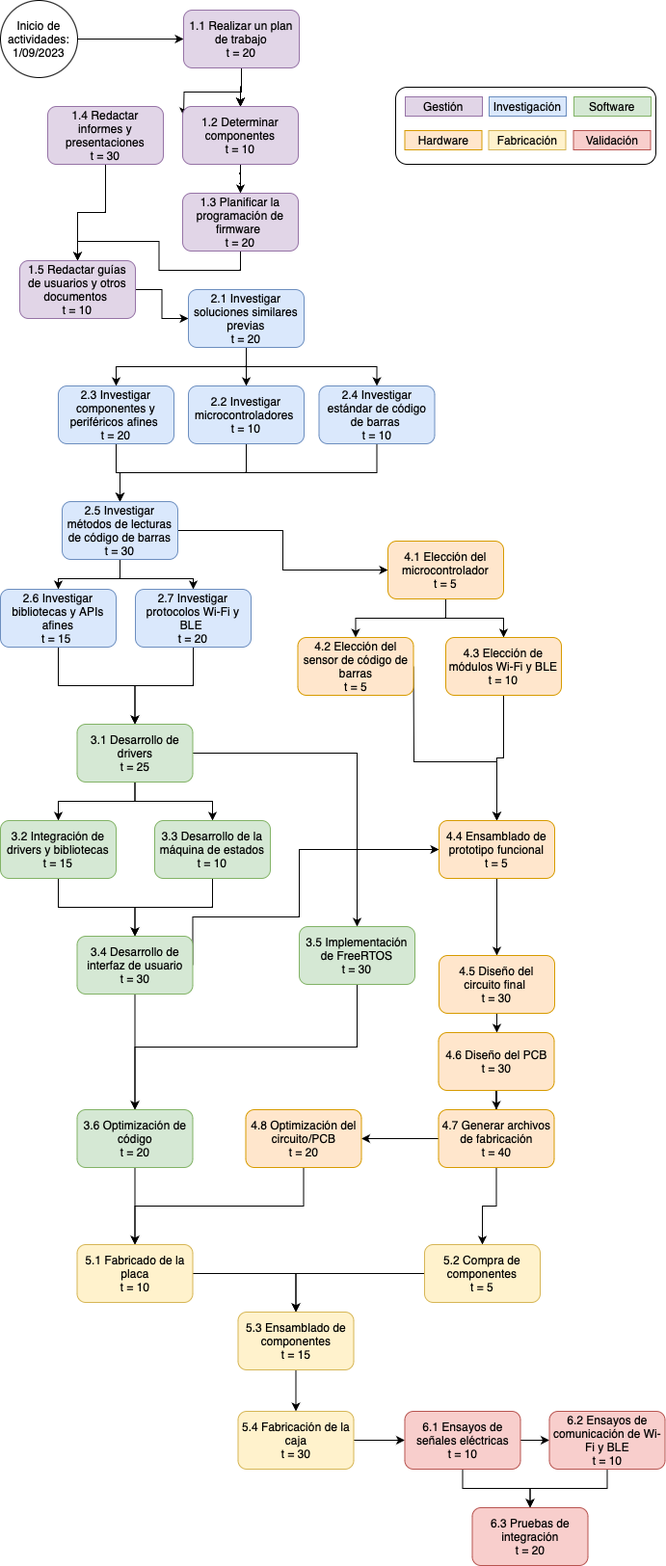
Before: Figuras/diagramaAoN.png, a diagram exported from draw.io (sbualo/GestionDeProjectos). Source tidied: cells renumbered, new cells last; positions are measured from the earlier drawing's top-left corner, leaving out a move shared by most shapes.
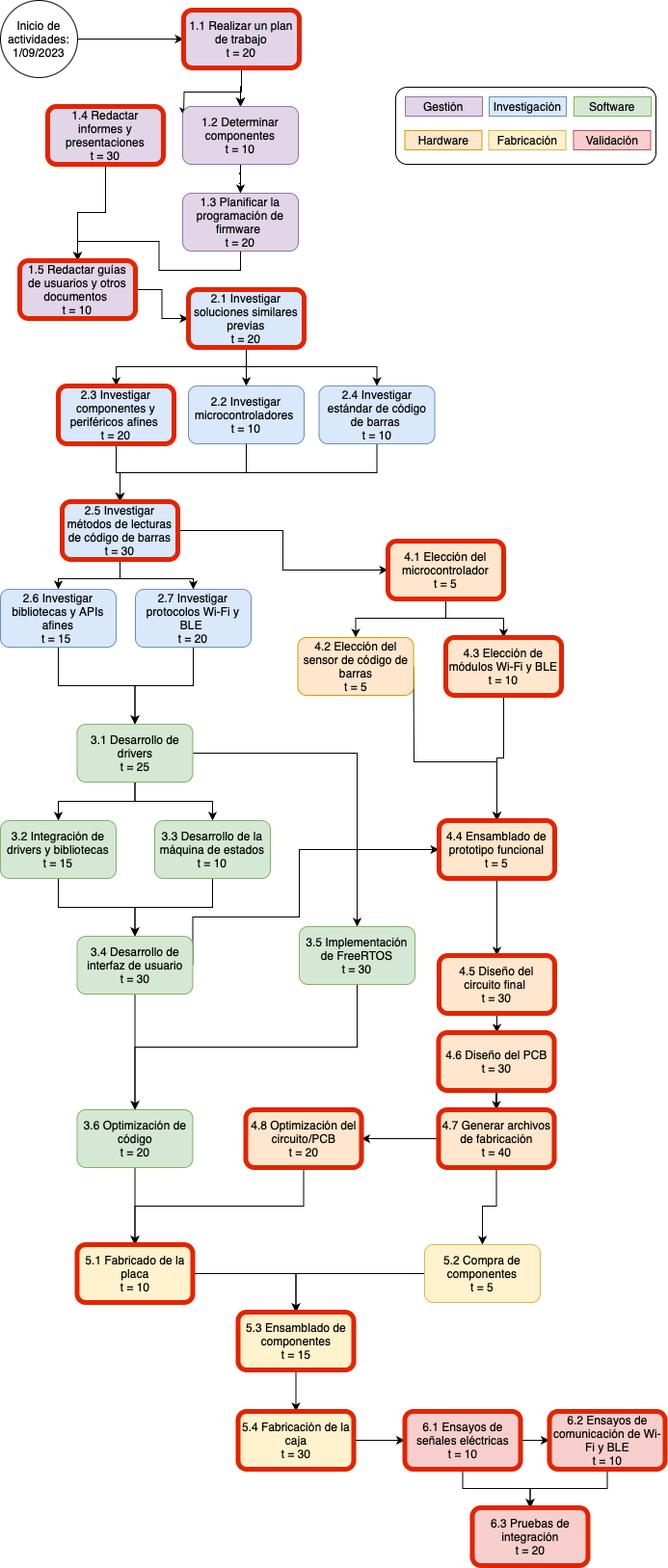
After the commit.

Diff of the diagram source:
```diff
@@ -43,7 +43,7 @@
         <mxPoint x="190" y="120" as="targetPoint" />
       </mxGeometry>
     </mxCell>
-    <mxCell id="15" value="1.1 Realizar un plan de trabajo&lt;br&gt;t = 20" style="rounded=1;whiteSpace=wrap;html=1;fillColor=#e1d5e7;strokeColor=#9673a6;" parent="1" vertex="1">
+    <mxCell id="15" value="1.1 Realizar un plan de trabajo&lt;br&gt;t = 20" style="rounded=1;whiteSpace=wrap;html=1;fillColor=#e1d5e7;strokeColor=#e32400;strokeWidth=5;" parent="1" vertex="1">
       <mxGeometry x="190" y="10" width="120" height="60" as="geometry" />
     </mxCell>
     <mxCell id="16" style="edgeStyle=orthogonalEdgeStyle;rounded=0;jettySize=auto;html=1;" parent="1" edge="1" source="17" target="21">
@@ -55,7 +55,7 @@
     <mxCell id="18" style="edgeStyle=orthogonalEdgeStyle;rounded=0;jettySize=auto;html=1;" parent="1" edge="1" source="19" target="23">
       <mxGeometry relative="1" as="geometry" />
     </mxCell>
-    <mxCell id="19" value="1.4 Redactar informes y presentaciones&lt;br&gt;t = 30" style="whiteSpace=wrap;html=1;fillColor=#e1d5e7;strokeColor=#9673a6;rounded=1;" parent="1" vertex="1">
+    <mxCell id="19" value="1.4 Redactar informes y presentaciones&lt;br&gt;t = 30" style="whiteSpace=wrap;html=1;fillColor=#e1d5e7;strokeColor=#E32400;rounded=1;strokeWidth=5;" parent="1" vertex="1">
       <mxGeometry x="49" y="110" width="120" height="60" as="geometry" />
     </mxCell>
     <mxCell id="20" style="edgeStyle=orthogonalEdgeStyle;rounded=0;jettySize=auto;html=1;exitX=0.5;exitY=1;exitDx=0;exitDy=0;entryX=0.5;entryY=0;entryDx=0;entryDy=0;" parent="1" edge="1" source="21" target="23">
@@ -67,7 +67,7 @@
     <mxCell id="22" style="edgeStyle=orthogonalEdgeStyle;rounded=0;jettySize=auto;html=1;" parent="1" edge="1" source="23" target="27">
       <mxGeometry relative="1" as="geometry" />
     </mxCell>
-    <mxCell id="23" value="1.5 Redactar guías de usuarios y otros documentos&amp;nbsp;&lt;br&gt;t = 10" style="whiteSpace=wrap;html=1;fillColor=#e1d5e7;strokeColor=#9673a6;rounded=1;" parent="1" vertex="1">
+    <mxCell id="23" value="1.5 Redactar guías de usuarios y otros documentos&amp;nbsp;&lt;br&gt;t = 10" style="whiteSpace=wrap;html=1;fillColor=#e1d5e7;strokeColor=#E32400;rounded=1;strokeWidth=5;" parent="1" vertex="1">
       <mxGeometry x="20" y="270" width="120" height="60" as="geometry" />
     </mxCell>
     <mxCell id="24" style="edgeStyle=orthogonalEdgeStyle;rounded=0;jettySize=auto;html=1;" parent="1" edge="1" source="27" target="29">
@@ -79,7 +79,7 @@
     <mxCell id="26" style="edgeStyle=orthogonalEdgeStyle;rounded=0;jettySize=auto;html=1;exitX=0.5;exitY=1;exitDx=0;exitDy=0;entryX=0.5;entryY=0;entryDx=0;entryDy=0;" parent="1" edge="1" source="27" target="33">
       <mxGeometry relative="1" as="geometry" />
     </mxCell>
-    <mxCell id="27" value="2.1 Investigar soluciones similares previas&lt;br&gt;t = 20" style="whiteSpace=wrap;html=1;fillColor=#dae8fc;strokeColor=#6c8ebf;rounded=1;" parent="1" vertex="1">
+    <mxCell id="27" value="2.1 Investigar soluciones similares previas&lt;br&gt;t = 20" style="whiteSpace=wrap;html=1;fillColor=#dae8fc;strokeColor=#E32400;rounded=1;strokeWidth=5;" parent="1" vertex="1">
       <mxGeometry x="195" y="300" width="120" height="60" as="geometry" />
     </mxCell>
     <mxCell id="28" style="edgeStyle=orthogonalEdgeStyle;rounded=0;jettySize=auto;html=1;exitX=0.5;exitY=1;exitDx=0;exitDy=0;entryX=0.5;entryY=0;entryDx=0;entryDy=0;" parent="1" edge="1" source="29" target="37">
@@ -91,7 +91,7 @@
     <mxCell id="30" style="edgeStyle=orthogonalEdgeStyle;rounded=0;jettySize=auto;html=1;exitX=0.5;exitY=1;exitDx=0;exitDy=0;" parent="1" edge="1" source="31" target="37">
       <mxGeometry relative="1" as="geometry" />
     </mxCell>
-    <mxCell id="31" value="2.3 Investigar componentes y periféricos afines&amp;nbsp;&lt;br&gt;t = 20" style="whiteSpace=wrap;html=1;fillColor=#dae8fc;strokeColor=#6c8ebf;rounded=1;" parent="1" vertex="1">
+    <mxCell id="31" value="2.3 Investigar componentes y periféricos afines&amp;nbsp;&lt;br&gt;t = 20" style="whiteSpace=wrap;html=1;fillColor=#dae8fc;strokeColor=#E32400;rounded=1;strokeWidth=5;" parent="1" vertex="1">
       <mxGeometry x="60" y="400" width="120" height="60" as="geometry" />
     </mxCell>
     <mxCell id="32" style="edgeStyle=orthogonalEdgeStyle;rounded=0;jettySize=auto;html=1;exitX=0.5;exitY=1;exitDx=0;exitDy=0;" parent="1" edge="1" source="33" target="37">
@@ -109,7 +109,7 @@
     <mxCell id="36" style="edgeStyle=orthogonalEdgeStyle;rounded=0;jettySize=auto;html=1;" parent="1" edge="1" source="37" target="59">
       <mxGeometry relative="1" as="geometry" />
     </mxCell>
-    <mxCell id="37" value="2.5 Investigar métodos de lecturas de código de barras&lt;br&gt;t = 30" style="whiteSpace=wrap;html=1;fillColor=#dae8fc;strokeColor=#6c8ebf;rounded=1;" parent="1" vertex="1">
+    <mxCell id="37" value="2.5 Investigar métodos de lecturas de código de barras&lt;br&gt;t = 30" style="whiteSpace=wrap;html=1;fillColor=#dae8fc;strokeColor=#E32400;rounded=1;strokeWidth=5;" parent="1" vertex="1">
       <mxGeometry x="64" y="520" width="120" height="60" as="geometry" />
     </mxCell>
     <mxCell id="38" style="edgeStyle=orthogonalEdgeStyle;rounded=0;jettySize=auto;html=1;" parent="1" edge="1" source="39" target="45">
@@ -181,7 +181,7 @@
     <mxCell id="58" style="edgeStyle=orthogonalEdgeStyle;rounded=0;jettySize=auto;html=1;exitX=0.5;exitY=1;exitDx=0;exitDy=0;entryX=0.5;entryY=0;entryDx=0;entryDy=0;" parent="1" edge="1" source="59" target="63">
       <mxGeometry relative="1" as="geometry" />
     </mxCell>
-    <mxCell id="59" value="4.1 Elección del microcontrolador&lt;br&gt;t = 5" style="whiteSpace=wrap;html=1;fillColor=#ffe6cc;strokeColor=#d79b00;rounded=1;" parent="1" vertex="1">
+    <mxCell id="59" value="4.1 Elección del microcontrolador&lt;br&gt;t = 5" style="whiteSpace=wrap;html=1;fillColor=#ffe6cc;strokeColor=#E32400;rounded=1;strokeWidth=5;" parent="1" vertex="1">
       <mxGeometry x="402" y="561" width="120" height="60" as="geometry" />
     </mxCell>
     <mxCell id="60" style="edgeStyle=orthogonalEdgeStyle;rounded=0;jettySize=auto;html=1;" parent="1" edge="1" source="61" target="65">
@@ -199,25 +199,25 @@
     <mxCell id="62" style="edgeStyle=orthogonalEdgeStyle;rounded=0;jettySize=auto;html=1;exitX=0.5;exitY=1;exitDx=0;exitDy=0;entryX=0.5;entryY=0;entryDx=0;entryDy=0;" parent="1" edge="1" source="63" target="65">
       <mxGeometry relative="1" as="geometry" />
     </mxCell>
-    <mxCell id="63" value="4.3 Elección de módulos Wi-Fi y BLE&lt;br&gt;t = 10" style="whiteSpace=wrap;html=1;fillColor=#ffe6cc;strokeColor=#d79b00;rounded=1;" parent="1" vertex="1">
+    <mxCell id="63" value="4.3 Elección de módulos Wi-Fi y BLE&lt;br&gt;t = 10" style="whiteSpace=wrap;html=1;fillColor=#ffe6cc;strokeColor=#E32400;rounded=1;strokeWidth=5;" parent="1" vertex="1">
       <mxGeometry x="462" y="661" width="120" height="60" as="geometry" />
     </mxCell>
     <mxCell id="64" style="edgeStyle=orthogonalEdgeStyle;rounded=0;jettySize=auto;html=1;" parent="1" edge="1" source="65" target="67">
       <mxGeometry relative="1" as="geometry" />
     </mxCell>
-    <mxCell id="65" value="4.4 Ensamblado de prototipo funcional&lt;br&gt;t = 5" style="whiteSpace=wrap;html=1;fillColor=#ffe6cc;strokeColor=#d79b00;rounded=1;" parent="1" vertex="1">
+    <mxCell id="65" value="4.4 Ensamblado de prototipo funcional&lt;br&gt;t = 5" style="whiteSpace=wrap;html=1;fillColor=#ffe6cc;strokeColor=#E32400;rounded=1;strokeWidth=5;" parent="1" vertex="1">
       <mxGeometry x="455" y="851" width="120" height="60" as="geometry" />
     </mxCell>
     <mxCell id="66" style="edgeStyle=orthogonalEdgeStyle;rounded=0;jettySize=auto;html=1;" parent="1" edge="1" source="67" target="69">
       <mxGeometry relative="1" as="geometry" />
     </mxCell>
-    <mxCell id="67" value="4.5 Diseño del circuito final&amp;nbsp;&lt;br&gt;t = 30" style="whiteSpace=wrap;html=1;fillColor=#ffe6cc;strokeColor=#d79b00;rounded=1;" parent="1" vertex="1">
+    <mxCell id="67" value="4.5 Diseño del circuito final&amp;nbsp;&lt;br&gt;t = 30" style="whiteSpace=wrap;html=1;fillColor=#ffe6cc;strokeColor=#E32400;rounded=1;strokeWidth=5;" parent="1" vertex="1">
       <mxGeometry x="455" y="991" width="120" height="60" as="geometry" />
     </mxCell>
     <mxCell id="68" style="edgeStyle=orthogonalEdgeStyle;rounded=0;jettySize=auto;html=1;" parent="1" edge="1" source="69" target="72">
       <mxGeometry relative="1" as="geometry" />
     </mxCell>
-    <mxCell id="69" value="4.6 Diseño del PCB&lt;br&gt;t = 30" style="whiteSpace=wrap;html=1;fillColor=#ffe6cc;strokeColor=#d79b00;rounded=1;" parent="1" vertex="1">
+    <mxCell id="69" value="4.6 Diseño del PCB&lt;br&gt;t = 30" style="whiteSpace=wrap;html=1;fillColor=#ffe6cc;strokeColor=#E32400;rounded=1;strokeWidth=5;" parent="1" vertex="1">
       <mxGeometry x="454.5" y="1071" width="120" height="60" as="geometry" />
     </mxCell>
     <mxCell id="70" style="edgeStyle=orthogonalEdgeStyle;rounded=0;jettySize=auto;html=1;" parent="1" edge="1" source="72" target="74">
@@ -226,19 +226,19 @@
     <mxCell id="71" style="edgeStyle=orthogonalEdgeStyle;rounded=0;jettySize=auto;html=1;" parent="1" edge="1" source="72" target="78">
       <mxGeometry relative="1" as="geometry" />
     </mxCell>
-    <mxCell id="72" value="4.7 Generar archivos de fabricación&lt;br&gt;t = 40" style="whiteSpace=wrap;html=1;fillColor=#ffe6cc;strokeColor=#d79b00;rounded=1;" parent="1" vertex="1">
+    <mxCell id="72" value="4.7 Generar archivos de fabricación&lt;br&gt;t = 40" style="whiteSpace=wrap;html=1;fillColor=#ffe6cc;strokeColor=#E32400;rounded=1;strokeWidth=5;" parent="1" vertex="1">
       <mxGeometry x="454.5" y="1151" width="120" height="60" as="geometry" />
     </mxCell>
     <mxCell id="73" style="edgeStyle=orthogonalEdgeStyle;rounded=0;jettySize=auto;html=1;exitX=0.5;exitY=1;exitDx=0;exitDy=0;entryX=0.5;entryY=0;entryDx=0;entryDy=0;" parent="1" edge="1" source="74" target="76">
       <mxGeometry relative="1" as="geometry" />
     </mxCell>
-    <mxCell id="74" value="4.8 Optimización del circuito/PCB&lt;br&gt;t = 20" style="whiteSpace=wrap;html=1;fillColor=#ffe6cc;strokeColor=#d79b00;rounded=1;" parent="1" vertex="1">
+    <mxCell id="74" value="4.8 Optimización del circuito/PCB&lt;br&gt;t = 20" style="whiteSpace=wrap;html=1;fillColor=#ffe6cc;strokeColor=#E32400;rounded=1;strokeWidth=5;" parent="1" vertex="1">
       <mxGeometry x="254.5" y="1151" width="120" height="60" as="geometry" />
     </mxCell>
     <mxCell id="75" style="edgeStyle=orthogonalEdgeStyle;rounded=0;jettySize=auto;html=1;" parent="1" edge="1" source="76" target="80">
       <mxGeometry relative="1" as="geometry" />
     </mxCell>
-    <mxCell id="76" value="5.1 Fabricado de la placa&lt;br&gt;t = 10" style="whiteSpace=wrap;html=1;fillColor=#fff2cc;strokeColor=#d6b656;rounded=1;" parent="1" vertex="1">
+    <mxCell id="76" value="5.1 Fabricado de la placa&lt;br&gt;t = 10" style="whiteSpace=wrap;html=1;fillColor=#fff2cc;strokeColor=#E32400;rounded=1;strokeWidth=5;" parent="1" vertex="1">
       <mxGeometry x="79.5" y="1291" width="120" height="60" as="geometry" />
     </mxCell>
     <mxCell id="77" style="edgeStyle=orthogonalEdgeStyle;rounded=0;jettySize=auto;html=1;exitX=0;exitY=0.5;exitDx=0;exitDy=0;entryX=0.5;entryY=0;entryDx=0;entryDy=0;" parent="1" edge="1" source="78" target="80">
@@ -250,13 +250,13 @@
     <mxCell id="79" style="edgeStyle=orthogonalEdgeStyle;rounded=0;jettySize=auto;html=1;" parent="1" edge="1" source="80" target="82">
       <mxGeometry relative="1" as="geometry" />
     </mxCell>
-    <mxCell id="80" value="5.3 Ensamblado de componentes&lt;br&gt;t = 15" style="whiteSpace=wrap;html=1;fillColor=#fff2cc;strokeColor=#d6b656;rounded=1;" parent="1" vertex="1">
+    <mxCell id="80" value="5.3 Ensamblado de componentes&lt;br&gt;t = 15" style="whiteSpace=wrap;html=1;fillColor=#fff2cc;strokeColor=#E32400;rounded=1;strokeWidth=5;" parent="1" vertex="1">
       <mxGeometry x="246.5" y="1361" width="120" height="60" as="geometry" />
     </mxCell>
     <mxCell id="81" style="edgeStyle=orthogonalEdgeStyle;rounded=0;jettySize=auto;html=1;" parent="1" edge="1" source="82" target="85">
       <mxGeometry relative="1" as="geometry" />
     </mxCell>
-    <mxCell id="82" value="5.4 Fabricación de la caja&lt;br&gt;t = 30" style="whiteSpace=wrap;html=1;fillColor=#fff2cc;strokeColor=#d6b656;rounded=1;" parent="1" vertex="1">
+    <mxCell id="82" value="5.4 Fabricación de la caja&lt;br&gt;t = 30" style="whiteSpace=wrap;html=1;fillColor=#fff2cc;strokeColor=#E32400;rounded=1;strokeWidth=5;" parent="1" vertex="1">
       <mxGeometry x="246.5" y="1464" width="120" height="60" as="geometry" />
     </mxCell>
     <mxCell id="83" style="edgeStyle=orthogonalEdgeStyle;rounded=0;jettySize=auto;html=1;exitX=0.5;exitY=1;exitDx=0;exitDy=0;entryX=0.5;entryY=0;entryDx=0;entryDy=0;" parent="1" edge="1" source="85" target="88">
@@ -265,16 +265,16 @@
     <mxCell id="84" style="edgeStyle=orthogonalEdgeStyle;rounded=0;jettySize=auto;html=1;exitX=1;exitY=0.5;exitDx=0;exitDy=0;entryX=0;entryY=0.5;entryDx=0;entryDy=0;" parent="1" edge="1" source="85" target="87">
       <mxGeometry relative="1" as="geometry" />
     </mxCell>
-    <mxCell id="85" value="6.1 Ensayos de señales eléctricas&lt;br&gt;t = 10" style="whiteSpace=wrap;html=1;fillColor=#f8cecc;strokeColor=#b85450;rounded=1;" parent="1" vertex="1">
+    <mxCell id="85" value="6.1 Ensayos de señales eléctricas&lt;br&gt;t = 10" style="whiteSpace=wrap;html=1;fillColor=#f8cecc;strokeColor=#E32400;rounded=1;strokeWidth=5;" parent="1" vertex="1">
       <mxGeometry x="419.5" y="1464" width="120" height="60" as="geometry" />
     </mxCell>
     <mxCell id="86" style="edgeStyle=orthogonalEdgeStyle;rounded=0;jettySize=auto;html=1;exitX=0.5;exitY=1;exitDx=0;exitDy=0;entryX=0.5;entryY=0;entryDx=0;entryDy=0;" parent="1" edge="1" source="87" target="88">
       <mxGeometry relative="1" as="geometry" />
     </mxCell>
-    <mxCell id="87" value="6.2 Ensayos de comunicación de Wi-Fi y BLE&lt;br&gt;t = 10" style="whiteSpace=wrap;html=1;fillColor=#f8cecc;strokeColor=#b85450;rounded=1;" parent="1" vertex="1">
+    <mxCell id="87" value="6.2 Ensayos de comunicación de Wi-Fi y BLE&lt;br&gt;t = 10" style="whiteSpace=wrap;html=1;fillColor=#f8cecc;strokeColor=#E32400;rounded=1;strokeWidth=5;" parent="1" vertex="1">
       <mxGeometry x="569.5" y="1464" width="120" height="60" as="geometry" />
     </mxCell>
-    <mxCell id="88" value="6.3 Pruebas de integración&lt;br&gt;t = 20" style="whiteSpace=wrap;html=1;fillColor=#f8cecc;strokeColor=#b85450;rounded=1;" parent="1" vertex="1">
+    <mxCell id="88" value="6.3 Pruebas de integración&lt;br&gt;t = 20" style="whiteSpace=wrap;html=1;fillColor=#f8cecc;strokeColor=#E32400;rounded=1;strokeWidth=5;" parent="1" vertex="1">
       <mxGeometry x="489.5" y="1564" width="120" height="60" as="geometry" />
     </mxCell>
   </root>
```
